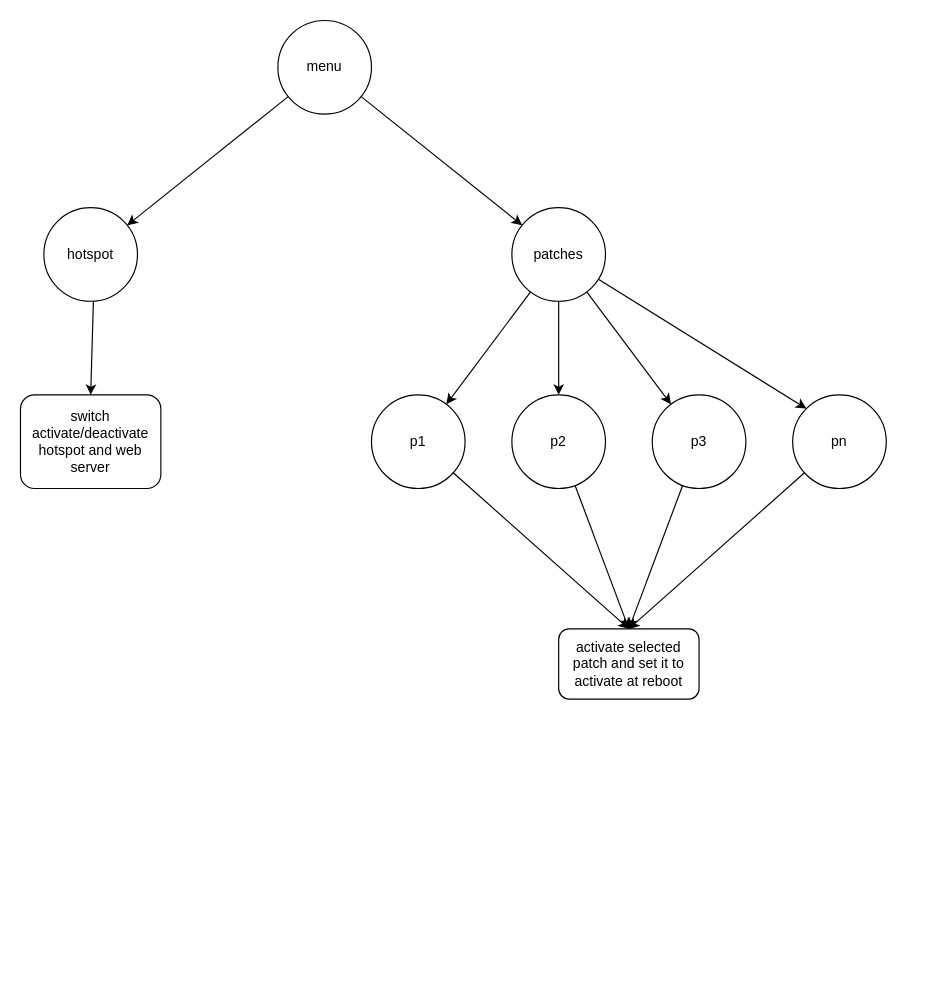
The draw.io diagram schema.drawio in leminrock/ssd1306, before the edit. Source tidied: cells renumbered, new cells numbered last; positions are measured from the earlier drawing's top-left corner, leaving out a move shared by most shapes. Both pictures are drawn from the tidied source at 117%, with x=0, y=0 at pixel (20, 20).
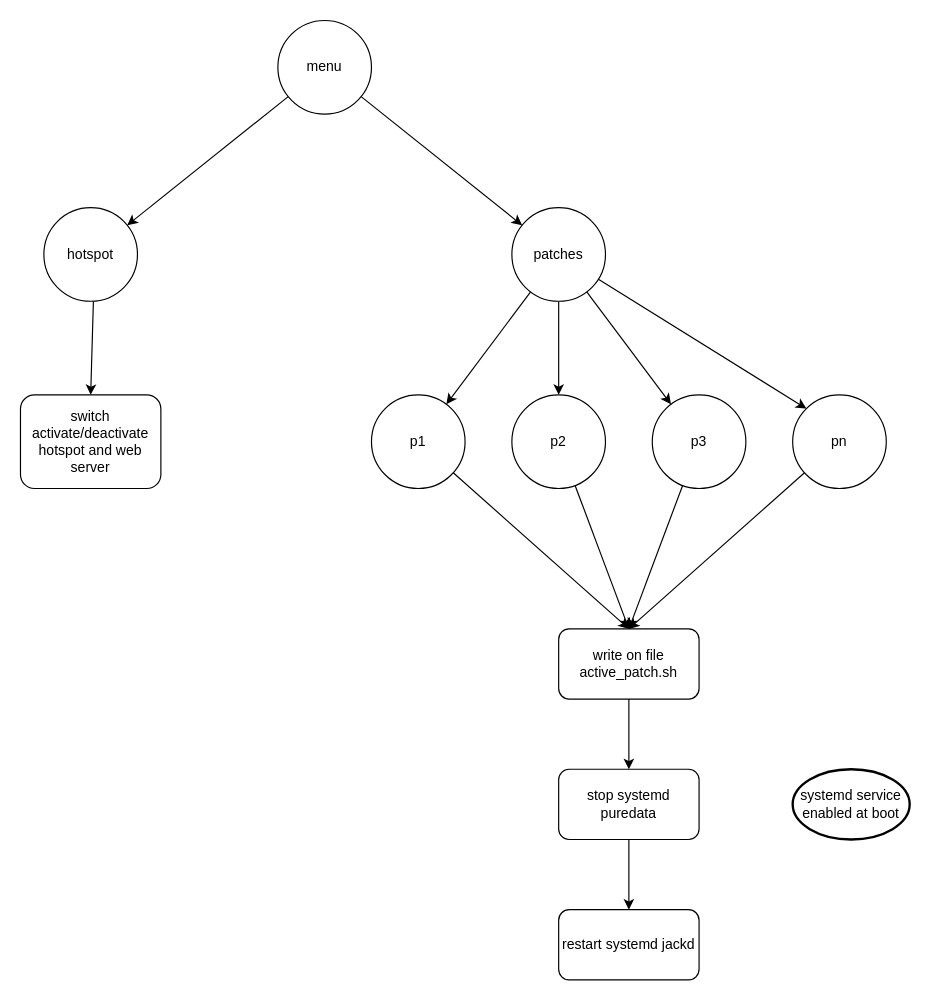
After the change.

Change to the diagram source:
```diff
@@
+    <mxCell id="22" style="edgeStyle=orthogonalEdgeStyle;rounded=0;jettySize=auto;html=1;entryX=0.5;entryY=0;entryDx=0;entryDy=0;" parent="1" edge="1" source="18" target="24">
+      <mxGeometry relative="1" as="geometry" />
+    </mxCell>
-    <mxCell id="18" value="activate selected patch and set it to activate at reboot" style="rounded=1;whiteSpace=wrap;html=1;" parent="1" vertex="1">
+    <mxCell id="18" value="write on file active_patch.sh" style="rounded=1;whiteSpace=wrap;html=1;" parent="1" vertex="1">
       <mxGeometry x="460" y="520" width="120" height="60" as="geometry" />
     </mxCell>
@@
+    <mxCell id="23" style="edgeStyle=orthogonalEdgeStyle;rounded=0;jettySize=auto;html=1;startArrow=none;startFill=0;endArrow=classic;endFill=1;" parent="1" edge="1" source="24" target="26">
+      <mxGeometry relative="1" as="geometry" />
+    </mxCell>
+    <mxCell id="24" value="stop systemd puredata" style="rounded=1;whiteSpace=wrap;html=1;" parent="1" vertex="1">
+      <mxGeometry x="460" y="640" width="120" height="60" as="geometry" />
+    </mxCell>
+    <mxCell id="25" value="systemd service&lt;br&gt;enabled at boot" style="strokeWidth=2;html=1;shape=mxgraph.flowchart.start_1;whiteSpace=wrap;" parent="1" vertex="1">
+      <mxGeometry x="660" y="640" width="100" height="60" as="geometry" />
+    </mxCell>
+    <mxCell id="26" value="restart systemd jackd" style="rounded=1;whiteSpace=wrap;html=1;" parent="1" vertex="1">
+      <mxGeometry x="460" y="760" width="120" height="60" as="geometry" />
+    </mxCell>
```
